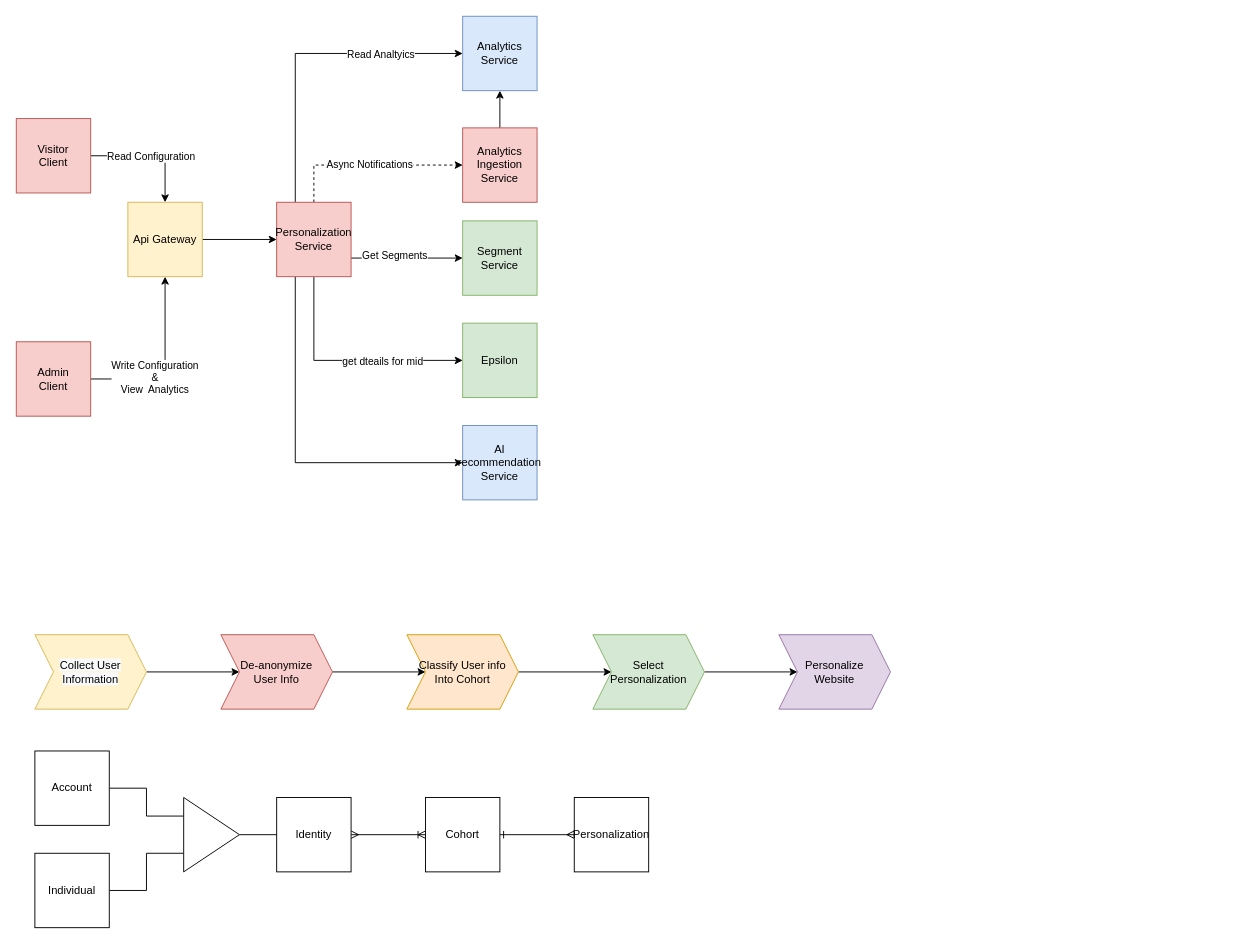
DogaCUlupinar/Compiler keeps this draw.io diagram as page "website personalization" (1 of 3) of Untitled Diagram.drawio. Above is the earlier version. Source tidied: cells renumbered, new cells numbered last; positions are measured from the earlier drawing's top-left corner, leaving out a move shared by most shapes. Both pictures are drawn from the tidied source at 93%, with x=0, y=0 at pixel (16, 16).
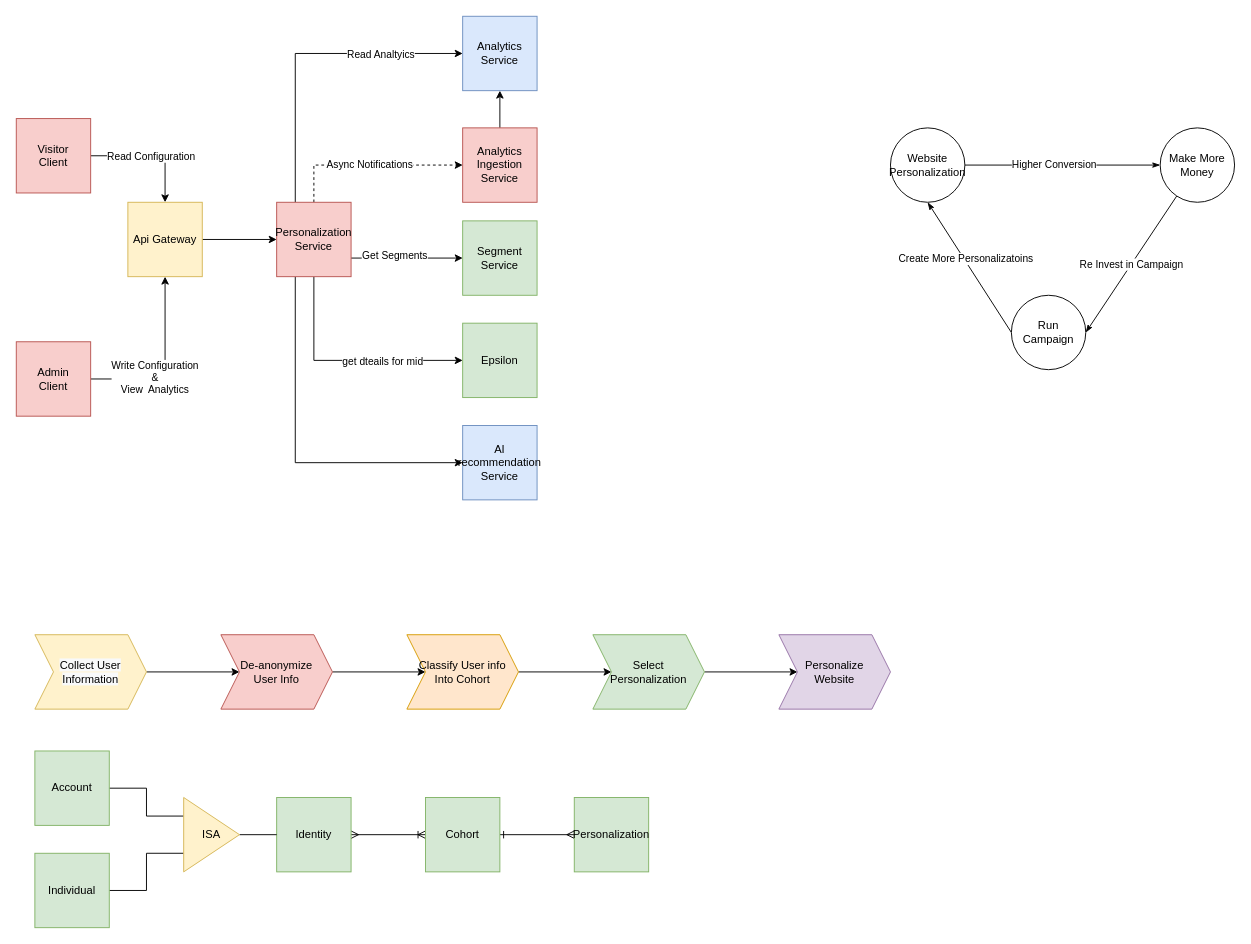
The same diagram, later.

What changed in the source:
```diff
@@
-    <mxCell id="35" value="Identity" style="whiteSpace=wrap;html=1;labelBackgroundColor=none;" parent="1" vertex="1">
+    <mxCell id="35" value="Identity" style="whiteSpace=wrap;html=1;labelBackgroundColor=none;fillColor=#d5e8d4;strokeColor=#82b366;" parent="1" vertex="1">
       <mxGeometry x="280" y="840" width="80" height="80" as="geometry" />
     </mxCell>
@@
-    <mxCell id="37" value="Account" style="whiteSpace=wrap;html=1;labelBackgroundColor=none;" parent="1" vertex="1">
+    <mxCell id="37" value="Account" style="whiteSpace=wrap;html=1;labelBackgroundColor=none;fillColor=#d5e8d4;strokeColor=#82b366;" parent="1" vertex="1">
       <mxGeometry x="20" y="790" width="80" height="80" as="geometry" />
     </mxCell>
@@
-    <mxCell id="39" value="Individual" style="whiteSpace=wrap;html=1;labelBackgroundColor=none;" parent="1" vertex="1">
+    <mxCell id="39" value="Individual" style="whiteSpace=wrap;html=1;labelBackgroundColor=none;fillColor=#d5e8d4;strokeColor=#82b366;" parent="1" vertex="1">
       <mxGeometry x="20" y="900" width="80" height="80" as="geometry" />
     </mxCell>
@@
-    <mxCell id="41" value="Cohort" style="whiteSpace=wrap;html=1;labelBackgroundColor=none;" parent="1" vertex="1">
+    <mxCell id="41" value="Cohort" style="whiteSpace=wrap;html=1;labelBackgroundColor=none;fillColor=#d5e8d4;strokeColor=#82b366;" parent="1" vertex="1">
       <mxGeometry x="440" y="840" width="80" height="80" as="geometry" />
     </mxCell>
-    <mxCell id="42" value="Personalization" style="whiteSpace=wrap;html=1;labelBackgroundColor=none;" parent="1" vertex="1">
+    <mxCell id="42" value="Personalization" style="whiteSpace=wrap;html=1;labelBackgroundColor=none;fillColor=#d5e8d4;strokeColor=#82b366;" parent="1" vertex="1">
       <mxGeometry x="600" y="840" width="80" height="80" as="geometry" />
     </mxCell>
@@
-    <mxCell id="44" style="triangle;whiteSpace=wrap;html=1;labelBackgroundColor=none;" parent="1" vertex="1">
+    <mxCell id="44" value="ISA" style="triangle;whiteSpace=wrap;html=1;labelBackgroundColor=none;fillColor=#fff2cc;strokeColor=#d6b656;" parent="1" vertex="1">
       <mxGeometry x="180" y="840" width="60" height="80" as="geometry" />
     </mxCell>
+    <mxCell id="45" style="edgeStyle=orthogonalEdgeStyle;rounded=0;jettySize=auto;html=1;startArrow=none;startFill=0;endArrow=classicThin;endFill=1;" parent="1" edge="1" source="47" target="49">
+      <mxGeometry relative="1" as="geometry" />
+    </mxCell>
+    <mxCell id="46" value="Higher Conversion" style="edgeLabel;html=1;align=center;verticalAlign=middle;" parent="45" vertex="1">
+      <mxGeometry x="-0.1" y="1" relative="1" as="geometry" />
+    </mxCell>
+    <mxCell id="47" value="Website Personalization" style="ellipse;whiteSpace=wrap;html=1;labelBackgroundColor=none;" parent="1" vertex="1">
+      <mxGeometry x="940" y="120" width="80" height="80" as="geometry" />
+    </mxCell>
+    <mxCell id="48" value="Re Invest in Campaign" style="rounded=0;jettySize=auto;html=1;entryX=1;entryY=0.5;entryDx=0;entryDy=0;startArrow=none;startFill=0;endArrow=classicThin;endFill=1;" parent="1" edge="1" source="49" target="52">
+      <mxGeometry relative="1" as="geometry" />
+    </mxCell>
+    <mxCell id="49" value="Make More Money" style="ellipse;whiteSpace=wrap;html=1;labelBackgroundColor=none;" parent="1" vertex="1">
+      <mxGeometry x="1230" y="120" width="80" height="80" as="geometry" />
+    </mxCell>
+    <mxCell id="50" style="edgeStyle=none;rounded=0;jettySize=auto;html=1;exitX=0;exitY=0.5;exitDx=0;exitDy=0;entryX=0.5;entryY=1;entryDx=0;entryDy=0;startArrow=none;startFill=0;endArrow=classicThin;endFill=1;" parent="1" edge="1" source="52" target="47">
+      <mxGeometry relative="1" as="geometry" />
+    </mxCell>
+    <mxCell id="51" value="Create More Personalizatoins" style="edgeLabel;html=1;align=center;verticalAlign=middle;" parent="50" vertex="1">
+      <mxGeometry x="0.13" y="-1" relative="1" as="geometry" />
+    </mxCell>
+    <mxCell id="52" value="Run Campaign" style="ellipse;whiteSpace=wrap;html=1;labelBackgroundColor=none;" parent="1" vertex="1">
+      <mxGeometry x="1070" y="300" width="80" height="80" as="geometry" />
+    </mxCell>
```
